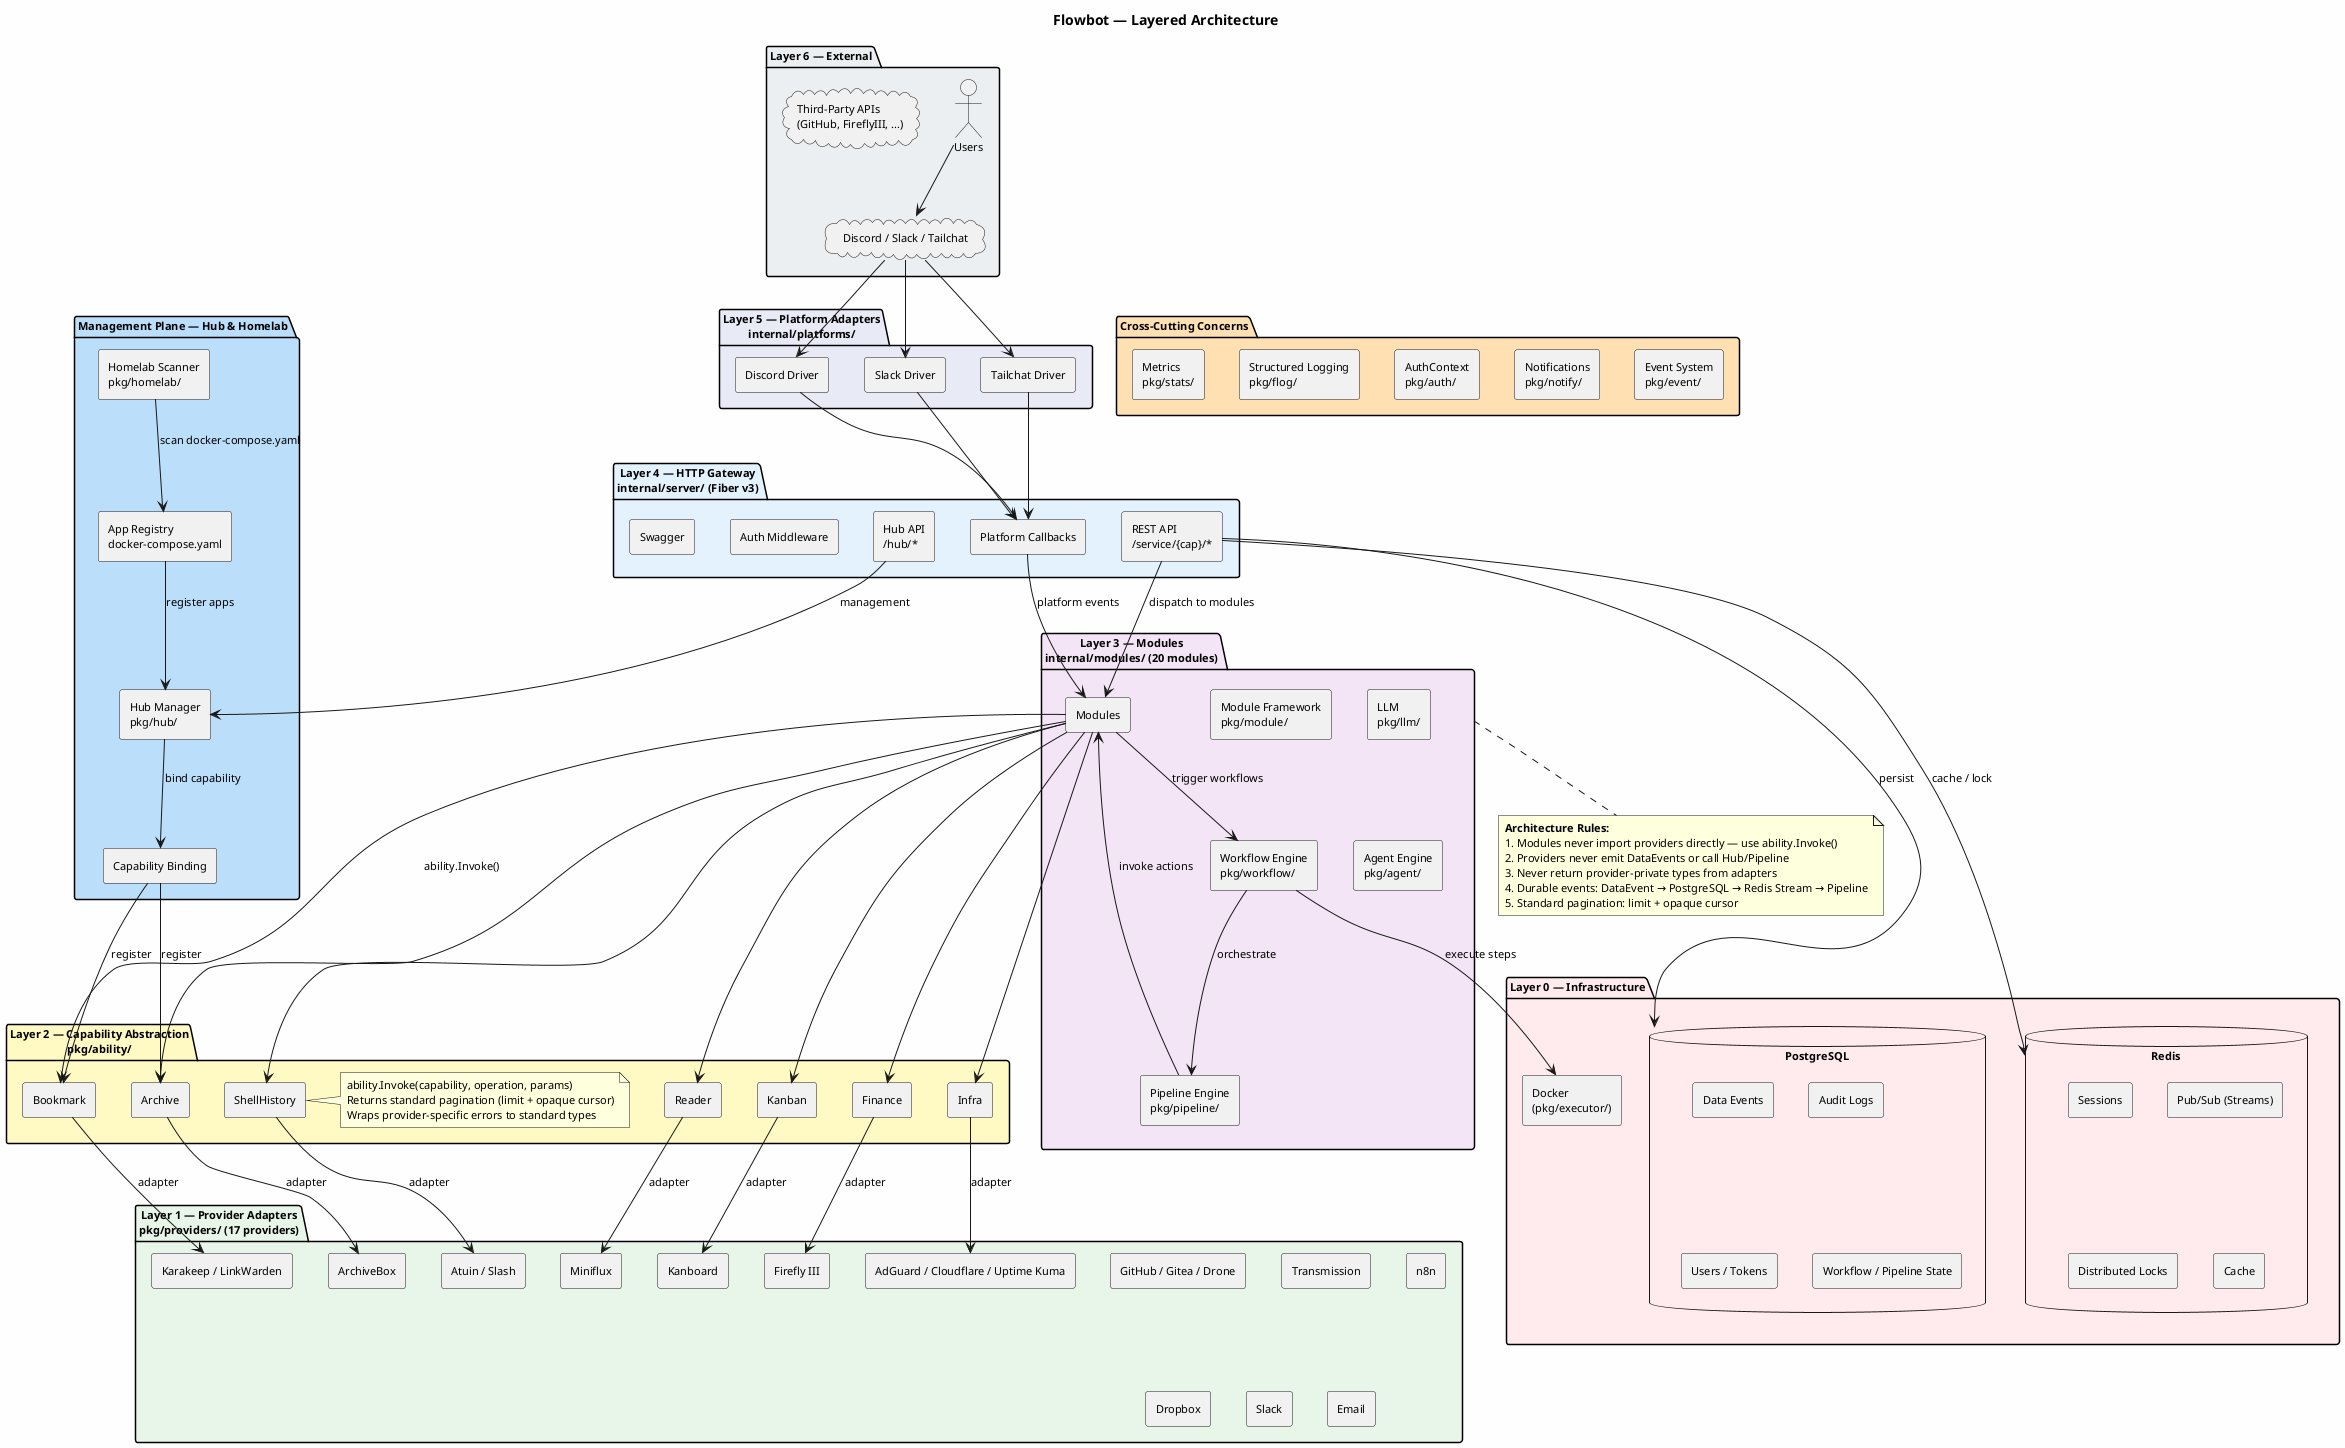
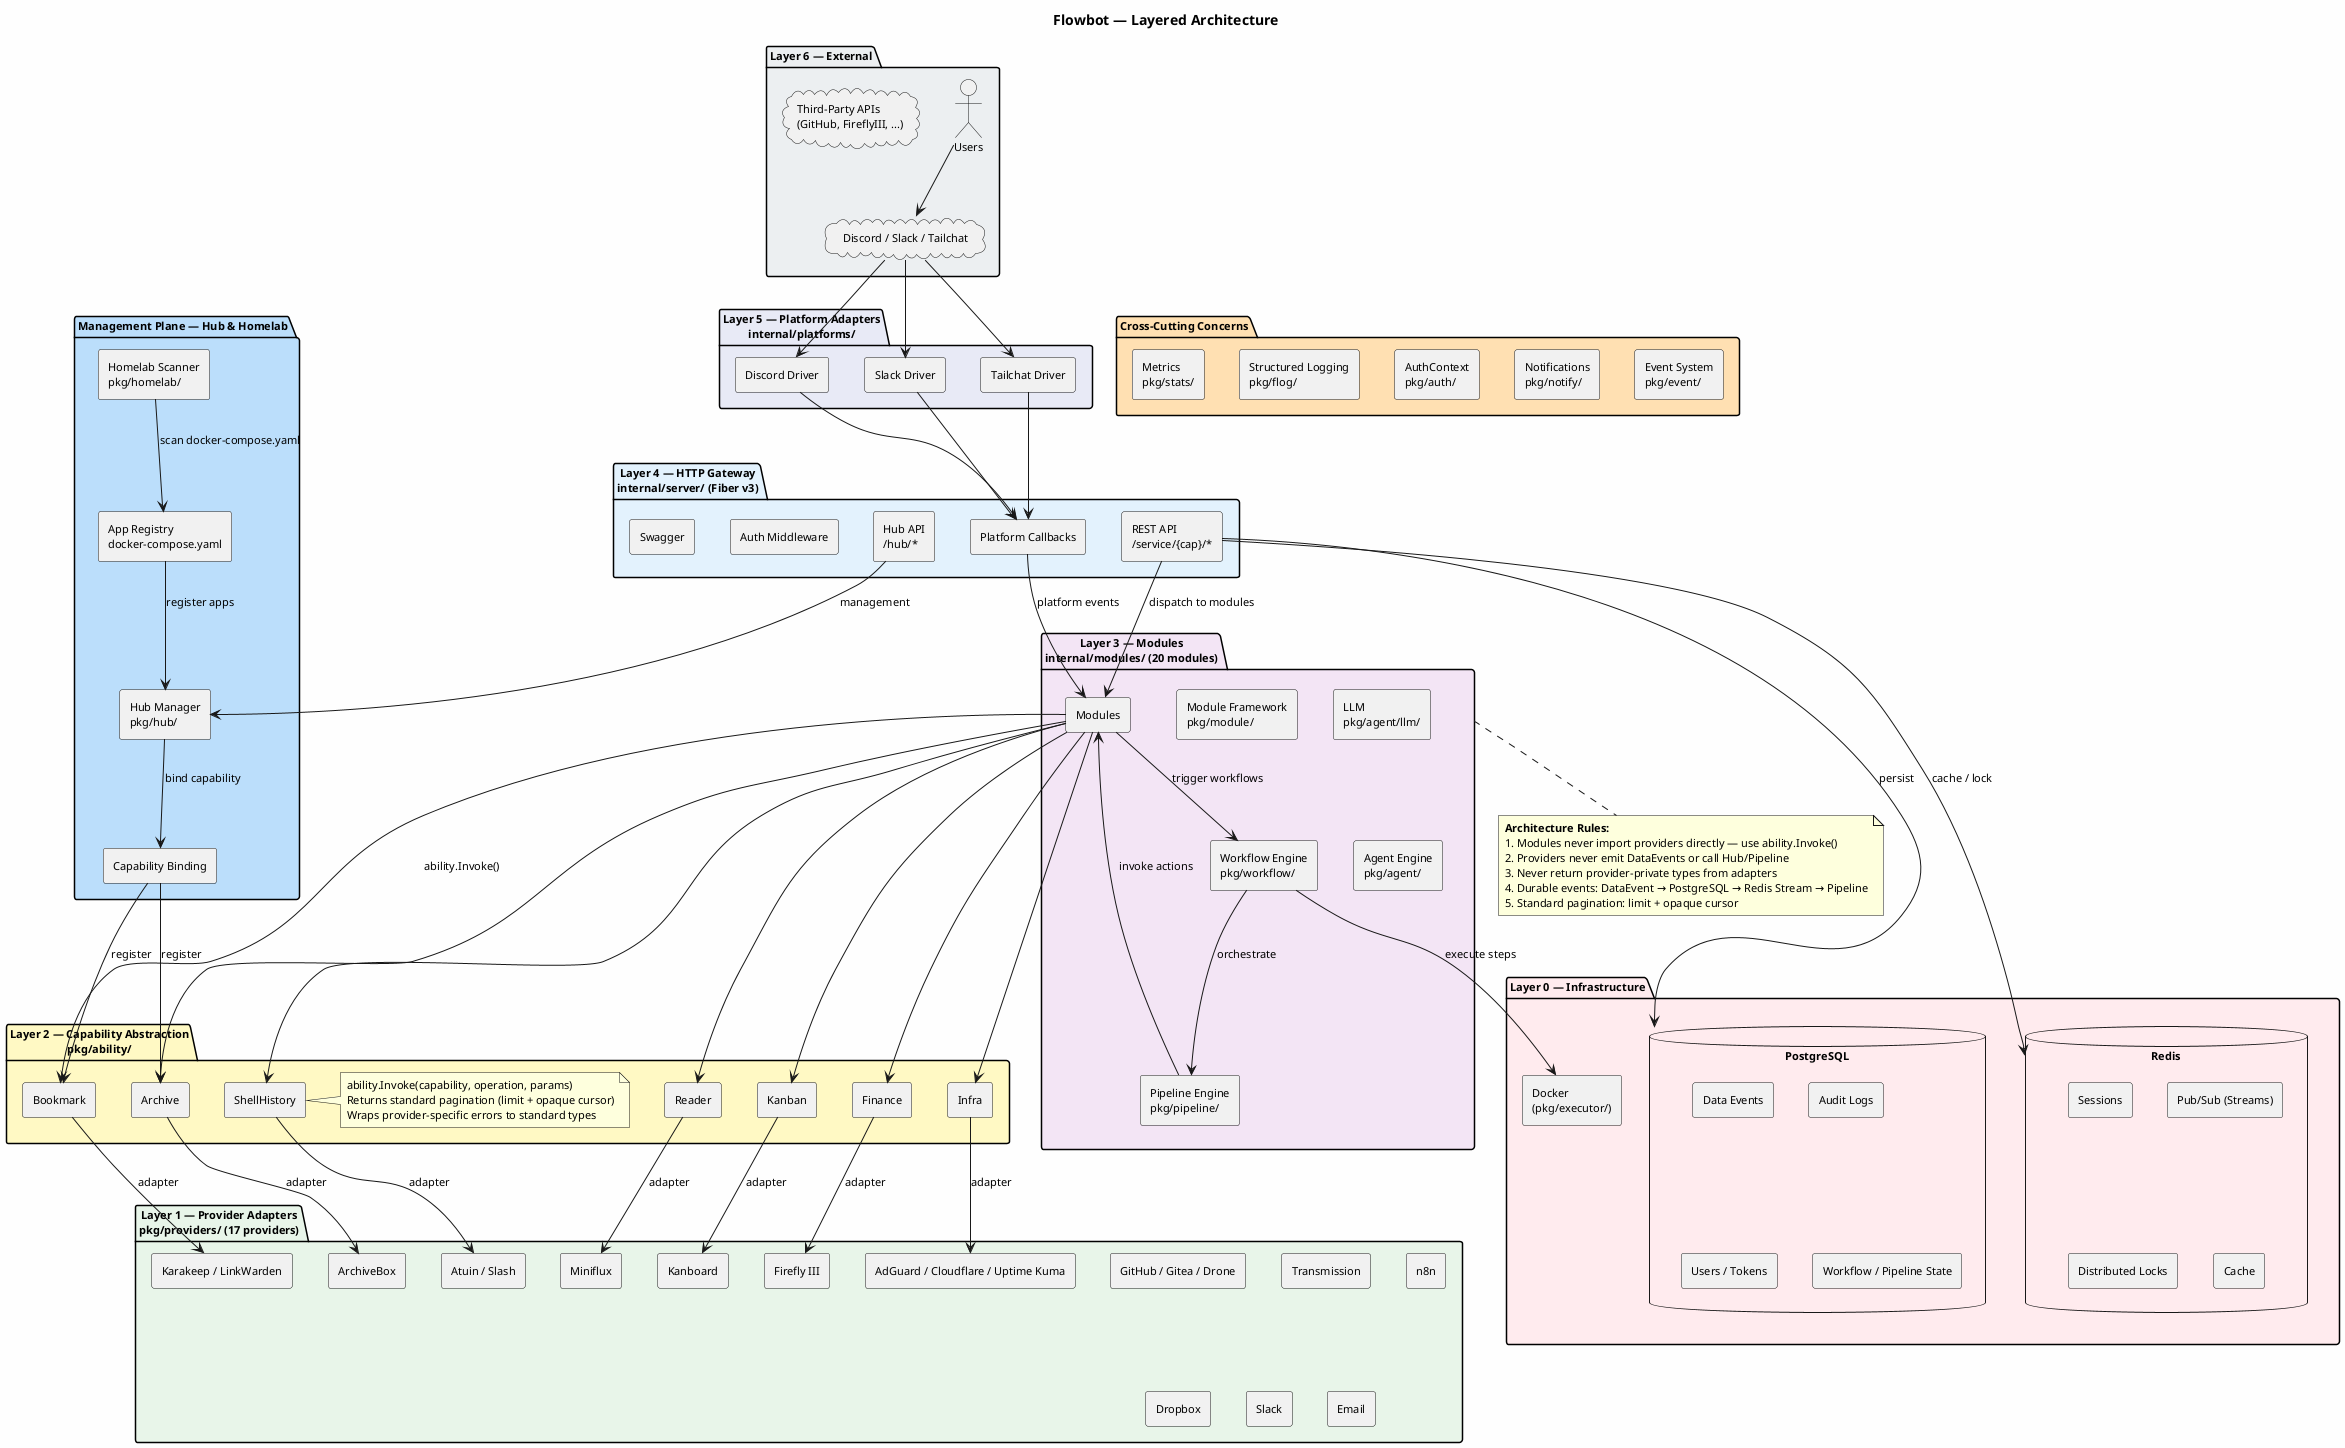
@startuml Layered Architecture
' =============================================================================
' Flowbot Layered Architecture Diagram
' Shows the abstraction layers and their relationships
' =============================================================================

skinparam componentStyle rectangle
skinparam backgroundColor #FEFEFE
skinparam defaultFontSize 11

title Flowbot — Layered Architecture

' =============================================================================
' Layer 6: External
' =============================================================================
package "Layer 6 — External" as L6 #ECEFF1 {
  actor Users
  cloud "Discord / Slack / Tailchat" as Chat
  cloud "Third-Party APIs\n(GitHub, FireflyIII, ...)" as APIs
}

' =============================================================================
' Layer 5: Platform Adapters
' =============================================================================
package "Layer 5 — Platform Adapters\ninternal/platforms/" as L5 #E8EAF6 {
  [Discord Driver] as DiscordDrv
  [Slack Driver] as SlackDrv
  [Tailchat Driver] as TailchatDrv
}

' =============================================================================
' Layer 4: HTTP / API Gateway
' =============================================================================
package "Layer 4 — HTTP Gateway\ninternal/server/ (Fiber v3)" as L4 #E3F2FD {
  [REST API\n/service/{cap}/*] as REST
  [Hub API\n/hub/*] as HubAPI
  [Platform Callbacks] as Callbacks
  [Auth Middleware] as AuthMW
  [Swagger] as Swagger
}

' =============================================================================
' Layer 3: Module / Business Logic
' =============================================================================
package "Layer 3 — Modules\ninternal/modules/ (20 modules)" as L3 #F3E5F5 {
  [Module Framework\npkg/module/] as ModuleFW
  [Modules] as BotMods
  [Workflow Engine\npkg/workflow/] as WF
  [Pipeline Engine\npkg/pipeline/] as Pipeline
-   [LLM\npkg/llm/] as LLM
+   [LLM\npkg/agent/llm/] as LLM
  [Agent Engine\npkg/agent/] as AgentEng
}

' =============================================================================
' Layer 2: Capability Abstraction
' =============================================================================
package "Layer 2 — Capability Abstraction\npkg/ability/" as L2 #FFF9C4 {
  [Bookmark] as BookmarkAb
  [Archive] as ArchiveAb
  [Reader] as ReaderAb
  [Kanban] as KanbanAb
  [Finance] as FinanceAb
  [Infra] as InfraAb
  [ShellHistory] as ShellAb
  note right
    ability.Invoke(capability, operation, params)
    Returns standard pagination (limit + opaque cursor)
    Wraps provider-specific errors to standard types
  end note
}

' =============================================================================
' Layer 1: Provider Adapters
' =============================================================================
package "Layer 1 — Provider Adapters\npkg/providers/ (17 providers)" as L1 #E8F5E9 {
  [GitHub / Gitea / Drone] as DevGroup
  [Karakeep / LinkWarden] as BmGroup
  [ArchiveBox] as ArchGroup
  [Miniflux] as ReaderGroup
  [Kanboard] as KanbanGroup
  [Firefly III] as FinanceGroup
  [AdGuard / Cloudflare / Uptime Kuma] as InfraGroup
  [Transmission] as TorrentGroup
  [n8n] as N8NGroup
  [Dropbox] as DropboxGroup
  [Slack] as SlackGroup
  [Email] as EmailGroup
  [Atuin / Slash] as ShellGroup
}

' =============================================================================
' Layer 0: Infrastructure
' =============================================================================
package "Layer 0 — Infrastructure" as L0 #FFEBEE {
  database "PostgreSQL" as PostgreSQL {
    [Data Events]
    [Audit Logs]
    [Users / Tokens]
    [Workflow / Pipeline State]
  }
  database "Redis" as Redis {
    [Sessions]
    [Pub/Sub (Streams)]
    [Distributed Locks]
    [Cache]
  }
  [Docker\n(pkg/executor/)] as Docker
}

' =============================================================================
' Hub / Homelab (Side Plane)
' =============================================================================
package "Management Plane — Hub & Homelab" as HubPlane #BBDEFB {
  [Homelab Scanner\npkg/homelab/] as Scanner
  [App Registry\ndocker-compose.yaml] as Registry
  [Hub Manager\npkg/hub/] as Hub
  [Capability Binding] as Binding
}

' =============================================================================
' Cross-Cutting
' =============================================================================
package "Cross-Cutting Concerns" as Cross #FFE0B2 {
  [AuthContext\npkg/auth/] as AuthCtx
  [Notifications\npkg/notify/] as Notify
  [Event System\npkg/event/] as EventSys
  [Structured Logging\npkg/flog/] as Flog
  [Metrics\npkg/stats/] as Metrics
}

' =============================================================================
' Connections — Top to Bottom
' =============================================================================
Users --> Chat
Chat --> DiscordDrv
Chat --> SlackDrv
Chat --> TailchatDrv

DiscordDrv --> Callbacks
SlackDrv --> Callbacks
TailchatDrv --> Callbacks

REST --> BotMods : dispatch to modules
HubAPI --> Hub : management
Callbacks --> BotMods : platform events

BotMods --> BookmarkAb : ability.Invoke()
BotMods --> ArchiveAb
BotMods --> ReaderAb
BotMods --> KanbanAb
BotMods --> FinanceAb
BotMods --> InfraAb
BotMods --> ShellAb

BookmarkAb --> BmGroup : adapter
ArchiveAb --> ArchGroup : adapter
ReaderAb --> ReaderGroup : adapter
KanbanAb --> KanbanGroup : adapter
FinanceAb --> FinanceGroup : adapter
InfraAb --> InfraGroup : adapter
ShellAb --> ShellGroup : adapter

BotMods --> WF : trigger workflows
WF --> Pipeline : orchestrate
Pipeline --> BotMods : invoke actions
WF --> Docker : execute steps

REST --> PostgreSQL : persist
REST --> Redis : cache / lock

' =============================================================================
' Hub Plane
' =============================================================================
Scanner --> Registry : scan docker-compose.yaml
Registry --> Hub : register apps
Hub --> Binding : bind capability
Binding --> BookmarkAb : register
Binding --> ArchiveAb : register

' =============================================================================
' Cross-Cutting reaches all layers
' =============================================================================
AuthCtx -[hidden]-> REST
AuthCtx -[hidden]-> BotMods
Notify -[hidden]-> BotMods
EventSys -[hidden]-> BotMods

note bottom of L3
  <b>Architecture Rules:</b>
  1. Modules never import providers directly — use ability.Invoke()
  2. Providers never emit DataEvents or call Hub/Pipeline
  3. Never return provider-private types from adapters
  4. Durable events: DataEvent → PostgreSQL → Redis Stream → Pipeline
  5. Standard pagination: limit + opaque cursor
end note

@enduml
